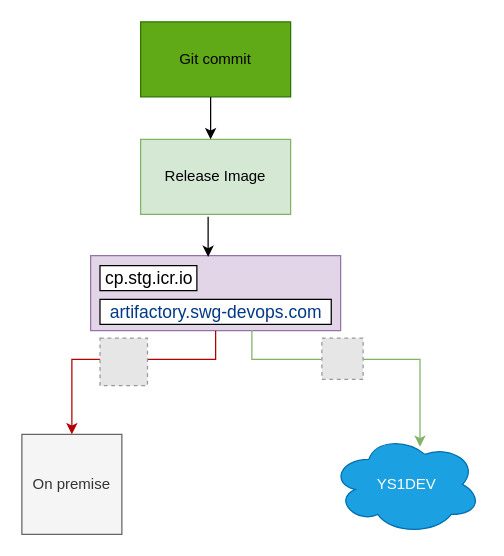
Before: page "Page-1" (1 of 2) of assets/CD.drawio in ganisback/draw.io, a draw.io diagram. Source tidied: cells renumbered, new cells numbered last; positions are measured from the earlier drawing's top-left corner, leaving out a move shared by most shapes. Both pictures are drawn from the tidied source at 125%, with x=0, y=0 at pixel (21, 21). Pictures stored in the file or linked from it are replaced by grey dashed boxes.
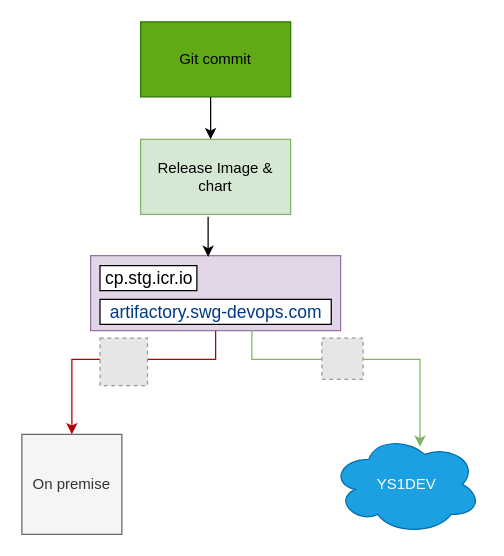
The same diagram, later.

Change to the diagram source:
```diff
@@
-    <mxCell id="2" value="Release Image" style="rounded=0;whiteSpace=wrap;html=1;fillColor=#d5e8d4;strokeColor=#82b366;" parent="1" vertex="1">
+    <mxCell id="2" value="Release Image &amp;amp; chart" style="rounded=0;whiteSpace=wrap;html=1;fillColor=#d5e8d4;strokeColor=#82b366;" parent="1" vertex="1">
       <mxGeometry x="95" y="94" width="120" height="60" as="geometry" />
     </mxCell>
```
